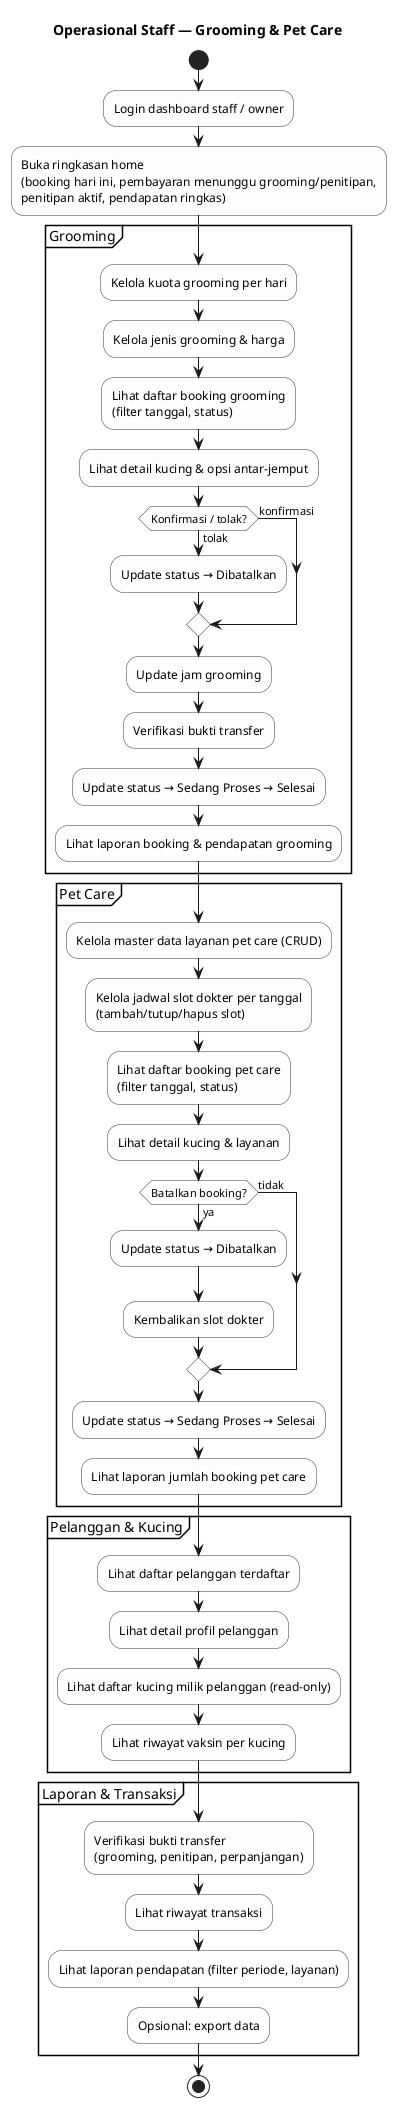
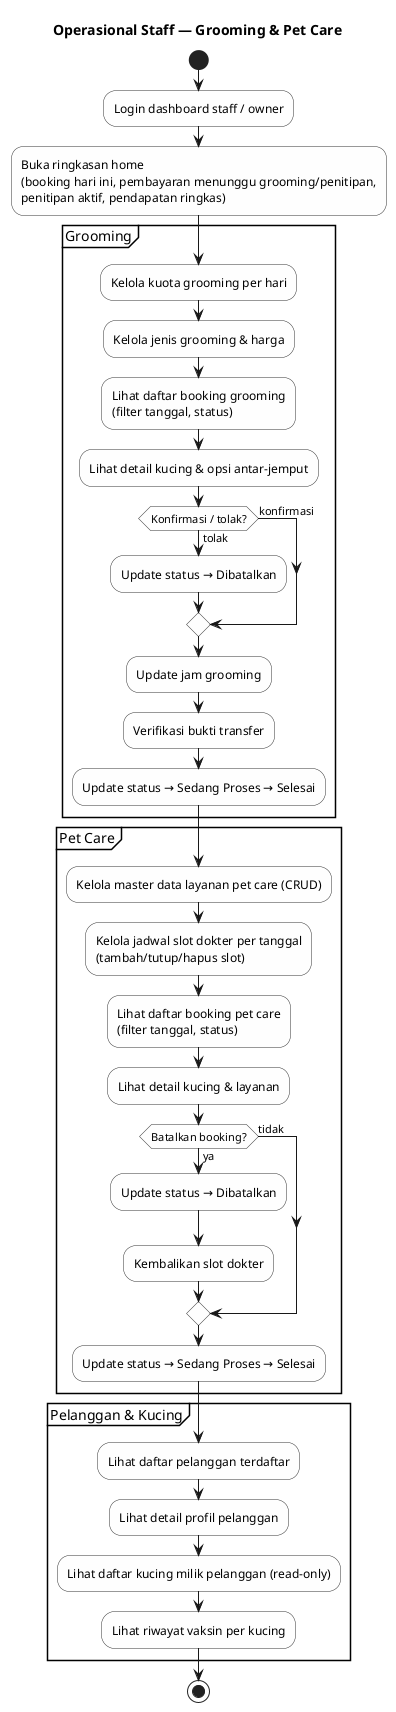
@startuml activity-operasional-staff
skinparam activity {
  BackgroundColor #FEFEFE
  BorderColor #333333
}

title Operasional Staff — Grooming & Pet Care

|Staff / Owner|
start
:Login dashboard staff / owner;

:Buka ringkasan home\n(booking hari ini, pembayaran menunggu grooming/penitipan,\npenitipan aktif, pendapatan ringkas);

partition "Grooming" {
  :Kelola kuota grooming per hari;
  :Kelola jenis grooming & harga;
  :Lihat daftar booking grooming\n(filter tanggal, status);
  :Lihat detail kucing & opsi antar-jemput;
  if (Konfirmasi / tolak?) then (tolak)
    :Update status → Dibatalkan;
  else (konfirmasi)
  endif
  :Update jam grooming;
  :Verifikasi bukti transfer;
  :Update status → Sedang Proses → Selesai;
-   :Lihat laporan booking & pendapatan grooming;
}

partition "Pet Care" {
  :Kelola master data layanan pet care (CRUD);
  :Kelola jadwal slot dokter per tanggal\n(tambah/tutup/hapus slot);
  :Lihat daftar booking pet care\n(filter tanggal, status);
  :Lihat detail kucing & layanan;
  if (Batalkan booking?) then (ya)
    :Update status → Dibatalkan;
    :Kembalikan slot dokter;
  else (tidak)
  endif
  :Update status → Sedang Proses → Selesai;
-   :Lihat laporan jumlah booking pet care;
}

partition "Pelanggan & Kucing" {
  :Lihat daftar pelanggan terdaftar;
  :Lihat detail profil pelanggan;
  :Lihat daftar kucing milik pelanggan (read-only);
  :Lihat riwayat vaksin per kucing;
}

- partition "Laporan & Transaksi" {
-   :Verifikasi bukti transfer\n(grooming, penitipan, perpanjangan);
-   :Lihat riwayat transaksi;
-   :Lihat laporan pendapatan (filter periode, layanan);
-   :Opsional: export data;
- }
- 
stop
@enduml
